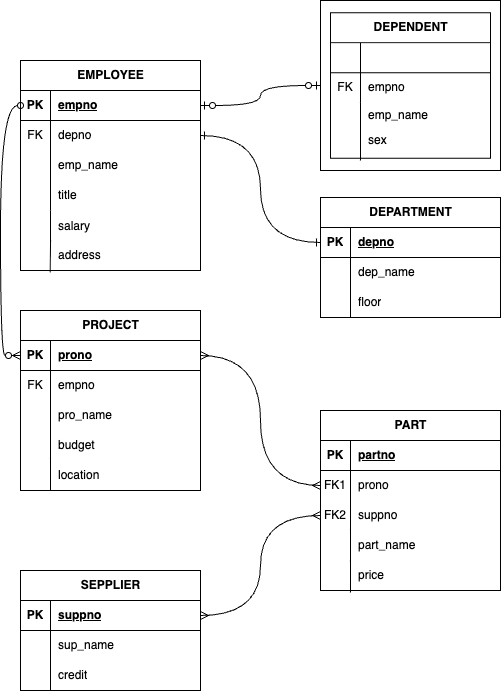
jimni0/2025_database_ERD keeps this draw.io diagram as database_0.drawio.png. Above is the earlier version. Source tidied: cells renumbered, new cells last; positions are measured from the earlier drawing's top-left corner, leaving out a move shared by most shapes.
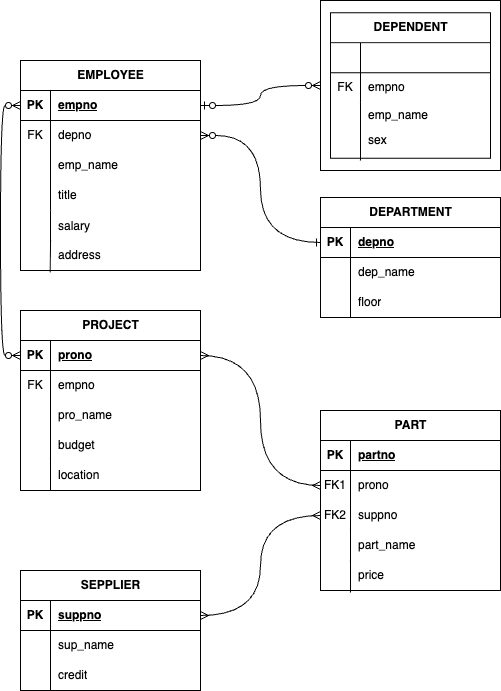
Above is the later version.

The edit, as a diff of the source:
```diff
@@ -302,13 +302,13 @@
     <mxCell id="96" value="price" style="shape=partialRectangle;fillColor=none;top=0;left=0;bottom=0;right=0;align=left;spacingLeft=6;overflow=hidden;whiteSpace=wrap;html=1;" parent="94" vertex="1">
       <mxGeometry x="30" width="150" height="30" as="geometry" />
     </mxCell>
-    <mxCell id="97" style="edgeStyle=orthogonalEdgeStyle;curved=1;rounded=0;jettySize=auto;html=1;exitX=1;exitY=0.5;exitDx=0;exitDy=0;entryX=0;entryY=0.5;entryDx=0;entryDy=0;endArrow=ERone;endFill=0;startArrow=ERone;startFill=0;" parent="1" edge="1" source="6" target="51">
+    <mxCell id="97" style="edgeStyle=orthogonalEdgeStyle;curved=1;rounded=0;jettySize=auto;html=1;exitX=1;exitY=0.5;exitDx=0;exitDy=0;entryX=0;entryY=0.5;entryDx=0;entryDy=0;endArrow=ERone;endFill=0;startArrow=ERzeroToMany;startFill=0;" parent="1" edge="1" source="6" target="51">
       <mxGeometry relative="1" as="geometry" />
     </mxCell>
-    <mxCell id="98" style="edgeStyle=orthogonalEdgeStyle;curved=1;rounded=0;jettySize=auto;html=1;exitX=1;exitY=0.5;exitDx=0;exitDy=0;entryX=0;entryY=0.5;entryDx=0;entryDy=0;endArrow=ERzeroToOne;endFill=0;startArrow=ERzeroToOne;startFill=0;" parent="1" edge="1" source="3" target="19">
+    <mxCell id="98" style="edgeStyle=orthogonalEdgeStyle;curved=1;rounded=0;jettySize=auto;html=1;exitX=1;exitY=0.5;exitDx=0;exitDy=0;entryX=0;entryY=0.5;entryDx=0;entryDy=0;endArrow=ERzeroToMany;endFill=0;startArrow=ERzeroToOne;startFill=0;" parent="1" edge="1" source="3" target="19">
       <mxGeometry relative="1" as="geometry" />
     </mxCell>
-    <mxCell id="99" style="edgeStyle=orthogonalEdgeStyle;curved=1;rounded=0;jettySize=auto;html=1;exitX=0;exitY=0.5;exitDx=0;exitDy=0;entryX=0;entryY=0.5;entryDx=0;entryDy=0;startArrow=oval;startFill=0;endArrow=ERzeroToMany;endFill=0;" parent="1" edge="1" source="3" target="68">
+    <mxCell id="99" style="edgeStyle=orthogonalEdgeStyle;curved=1;rounded=0;jettySize=auto;html=1;exitX=0;exitY=0.5;exitDx=0;exitDy=0;entryX=0;entryY=0.5;entryDx=0;entryDy=0;startArrow=ERzeroToMany;startFill=0;endArrow=ERzeroToMany;endFill=0;" parent="1" edge="1" source="3" target="68">
       <mxGeometry relative="1" as="geometry" />
     </mxCell>
     <mxCell id="100" style="edgeStyle=orthogonalEdgeStyle;curved=1;rounded=0;jettySize=auto;html=1;exitX=1;exitY=0.5;exitDx=0;exitDy=0;entryX=0;entryY=0.5;entryDx=0;entryDy=0;endArrow=ERmany;endFill=0;startArrow=ERmany;startFill=0;" parent="1" edge="1" source="68" target="39">
```
